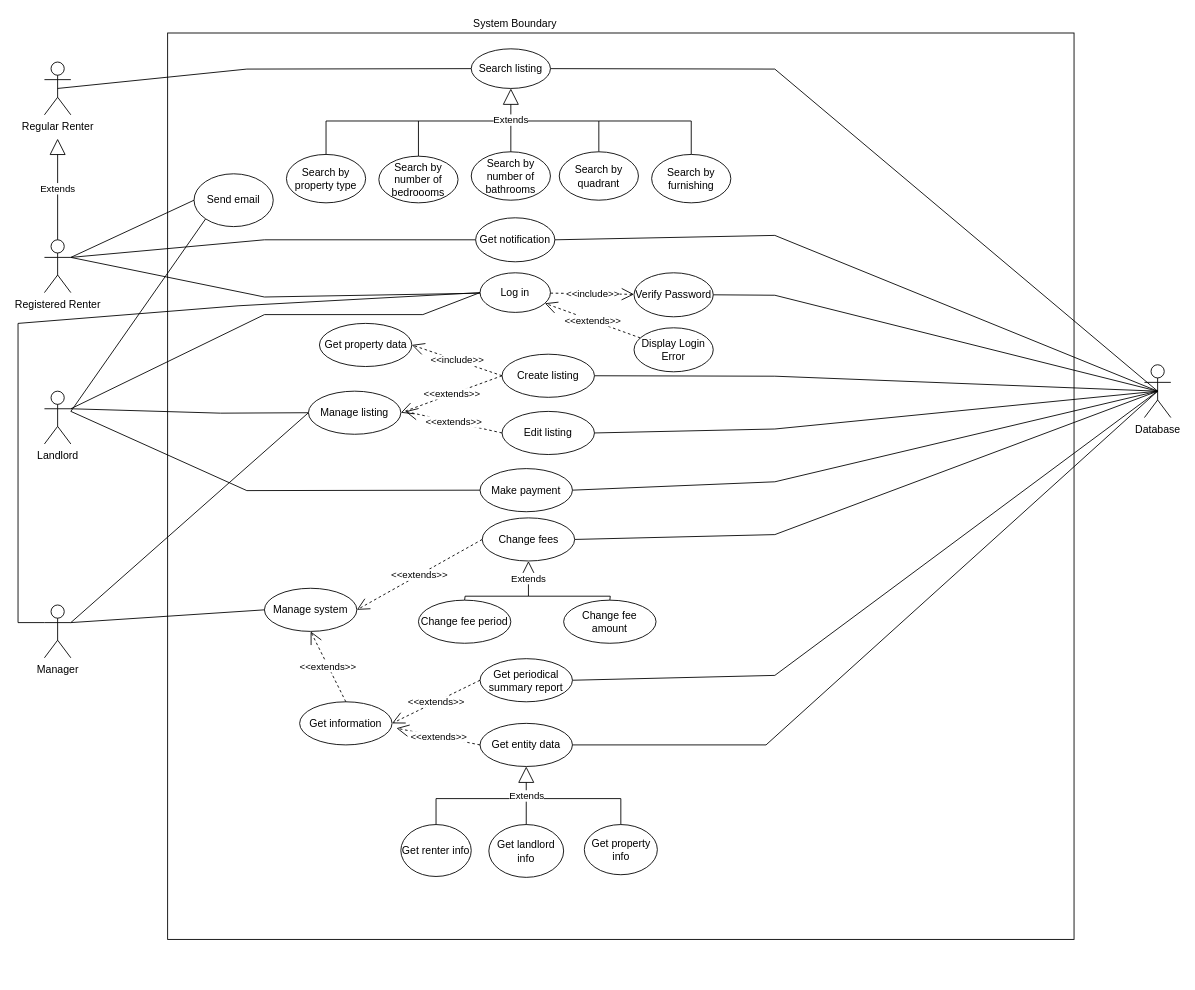
Earlier version of the draw.io diagram ENSF480FinalProjectUseCaseDiagram.drawio (ryan-holt/ENSF480FinalProject). Source tidied: cells renumbered, new cells numbered last; positions are measured from the earlier drawing's top-left corner, leaving out a move shared by most shapes. Both pictures are drawn from the tidied source at 88%, with x=0, y=0 at pixel (18, 15).
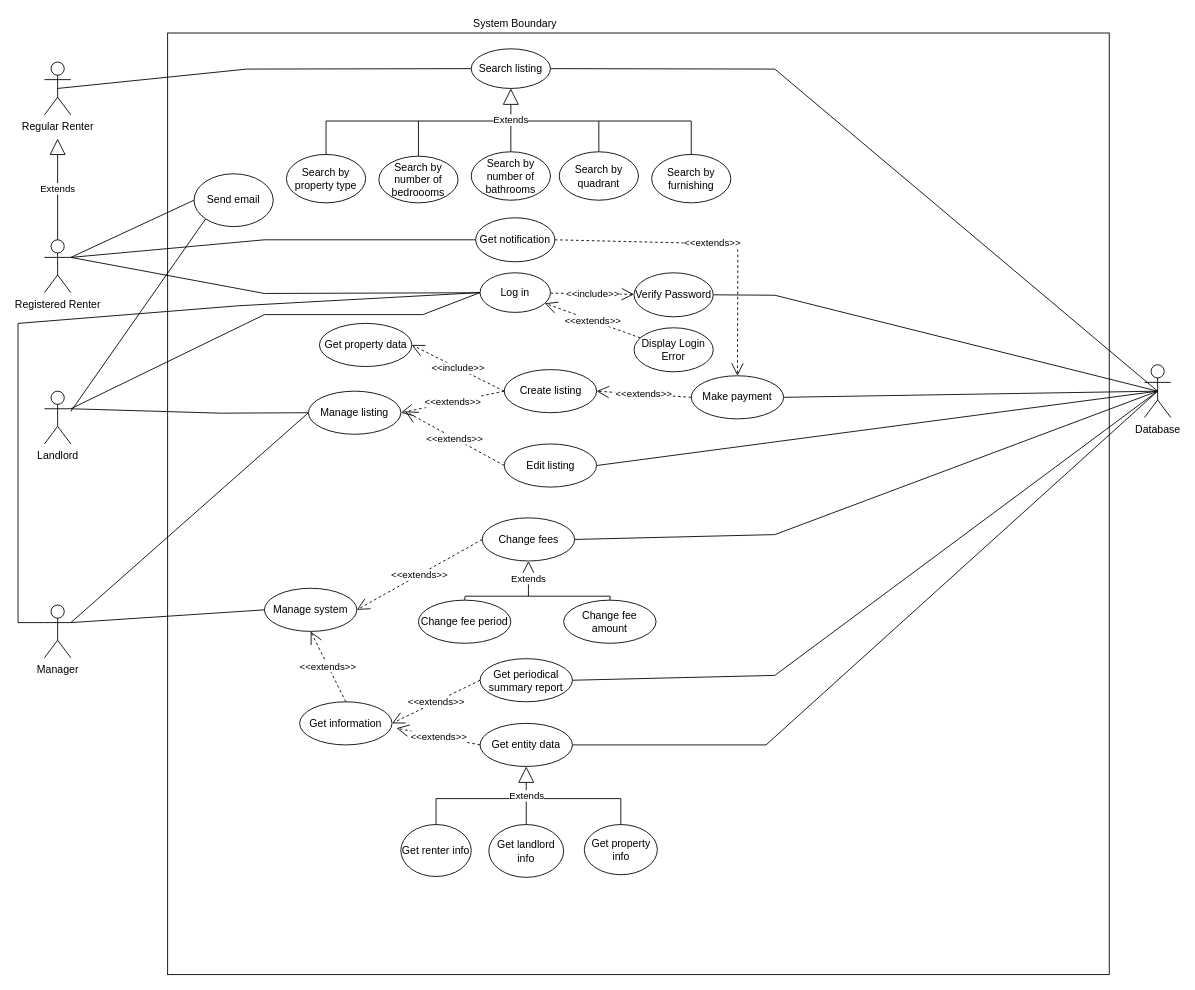
The same diagram, later.

Commit message:
email notification change

The change refers to these unchanged cells:
```xml
<mxCell id="8" value="Registered Renter&lt;br&gt;" style="shape=umlActor;verticalLabelPosition=bottom;labelBackgroundColor=#ffffff;verticalAlign=top;html=1;outlineConnect=0;" parent="1" vertex="1">
  <mxGeometry x="30" y="255" width="30" height="60" as="geometry" />
</mxCell>
<mxCell id="13" value="Landlord&lt;br&gt;" style="shape=umlActor;verticalLabelPosition=bottom;labelBackgroundColor=#ffffff;verticalAlign=top;html=1;outlineConnect=0;" parent="1" vertex="1">
  <mxGeometry x="30" y="427" width="30" height="60" as="geometry" />
</mxCell>
<mxCell id="18" value="Log in" style="ellipse;whiteSpace=wrap;html=1;" parent="1" vertex="1">
  <mxGeometry x="525" y="292.5" width="80" height="45" as="geometry" />
</mxCell>
<mxCell id="22" value="Database" style="shape=umlActor;verticalLabelPosition=bottom;labelBackgroundColor=#ffffff;verticalAlign=top;html=1;" parent="1" vertex="1">
  <mxGeometry x="1280" y="397" width="30" height="60" as="geometry" />
</mxCell>
<mxCell id="38" value="Get notification" style="ellipse;whiteSpace=wrap;html=1;" parent="1" vertex="1">
  <mxGeometry x="520" y="230" width="90" height="50" as="geometry" />
</mxCell>
```

Change to the diagram source:
```diff
@@
-    <mxCell id="2" style="whiteSpace=wrap;html=1;" parent="1" vertex="1">
-      <mxGeometry x="170" y="20" width="1030" height="1030" as="geometry" />
+    <mxCell id="2" style="whiteSpace=wrap;html=1;imageAspect=0;imageWidth=24;perimeterSpacing=0;" parent="1" vertex="1">
+      <mxGeometry x="170" y="20" width="1070" height="1070" as="geometry" />
     </mxCell>
@@
     <mxCell id="5" style="rounded=0;jettySize=auto;html=1;exitX=1;exitY=0.3333333333333333;exitDx=0;exitDy=0;exitPerimeter=0;endArrow=none;endFill=0;" parent="1" edge="1" source="8" target="18">
       <mxGeometry relative="1" as="geometry">
         <Array as="points">
-          <mxPoint x="280" y="320" />
+          <mxPoint x="280" y="316" />
         </Array>
       </mxGeometry>
     </mxCell>
@@
-    <mxCell id="37" style="edgeStyle=none;rounded=0;jettySize=auto;html=1;exitX=1;exitY=0.5;exitDx=0;exitDy=0;entryX=0.5;entryY=0.5;entryDx=0;entryDy=0;entryPerimeter=0;endArrow=none;endFill=0;" parent="1" edge="1" source="38" target="22">
-      <mxGeometry relative="1" as="geometry">
-        <Array as="points">
-          <mxPoint x="860" y="250" />
-        </Array>
-      </mxGeometry>
-    </mxCell>
@@
-    <mxCell id="40" style="edgeStyle=none;rounded=0;jettySize=auto;html=1;exitX=1;exitY=0.5;exitDx=0;exitDy=0;endArrow=none;endFill=0;entryX=0.5;entryY=0.5;entryDx=0;entryDy=0;entryPerimeter=0;" parent="1" edge="1" source="41" target="22">
-      <mxGeometry relative="1" as="geometry">
-        <Array as="points">
-          <mxPoint x="860" y="410" />
-        </Array>
-      </mxGeometry>
-    </mxCell>
     <mxCell id="41" value="Create listing" style="ellipse;whiteSpace=wrap;html=1;" parent="1" vertex="1">
-      <mxGeometry x="550" y="385" width="105" height="49" as="geometry" />
+      <mxGeometry x="552.5" y="402.5" width="105" height="49" as="geometry" />
     </mxCell>
     <mxCell id="42" style="edgeStyle=none;rounded=0;jettySize=auto;html=1;exitX=1;exitY=0.5;exitDx=0;exitDy=0;entryX=0.5;entryY=0.5;entryDx=0;entryDy=0;entryPerimeter=0;endArrow=none;endFill=0;" parent="1" edge="1" source="43" target="22">
-      <mxGeometry relative="1" as="geometry">
-        <Array as="points">
-          <mxPoint x="860" y="470" />
-        </Array>
-      </mxGeometry>
+      <mxGeometry relative="1" as="geometry" />
     </mxCell>
     <mxCell id="43" value="Edit listing" style="ellipse;whiteSpace=wrap;html=1;" parent="1" vertex="1">
-      <mxGeometry x="550" y="450" width="105" height="49" as="geometry" />
+      <mxGeometry x="552.5" y="487" width="105" height="49" as="geometry" />
     </mxCell>
@@
-    <mxCell id="46" style="edgeStyle=none;rounded=0;jettySize=auto;html=1;exitX=1;exitY=0.5;exitDx=0;exitDy=0;entryX=0.5;entryY=0.5;entryDx=0;entryDy=0;entryPerimeter=0;endArrow=none;endFill=0;" parent="1" edge="1" source="48" target="22">
-      <mxGeometry relative="1" as="geometry">
-        <Array as="points">
-          <mxPoint x="860" y="530" />
-        </Array>
-      </mxGeometry>
-    </mxCell>
-    <mxCell id="47" style="edgeStyle=none;rounded=0;jettySize=auto;html=1;exitX=0;exitY=0.5;exitDx=0;exitDy=0;endArrow=none;endFill=0;entryX=1;entryY=0.383;entryDx=0;entryDy=0;entryPerimeter=0;" parent="1" edge="1" source="48" target="13">
-      <mxGeometry relative="1" as="geometry">
-        <Array as="points">
-          <mxPoint x="260" y="540" />
-        </Array>
-      </mxGeometry>
-    </mxCell>
-    <mxCell id="48" value="Make payment" style="ellipse;whiteSpace=wrap;html=1;" parent="1" vertex="1">
-      <mxGeometry x="525" y="515" width="105" height="49" as="geometry" />
-    </mxCell>
@@
+    <mxCell id="46" style="edgeStyle=none;rounded=0;jettySize=auto;html=1;exitX=1;exitY=0.5;exitDx=0;exitDy=0;entryX=0.5;entryY=0.5;entryDx=0;entryDy=0;entryPerimeter=0;endArrow=none;endFill=0;" parent="1" edge="1" source="48" target="22">
+      <mxGeometry relative="1" as="geometry" />
+    </mxCell>
+    <mxCell id="48" value="Make payment" style="ellipse;whiteSpace=wrap;html=1;" parent="1" vertex="1">
+      <mxGeometry x="765" y="409.5" width="105" height="49" as="geometry" />
+    </mxCell>
+    <mxCell id="76" value="&amp;lt;&amp;lt;extends&amp;gt;&amp;gt;" style="endArrow=open;endSize=12;dashed=1;html=1;entryX=1;entryY=0.5;entryDx=0;entryDy=0;exitX=0;exitY=0.5;exitDx=0;exitDy=0;" parent="1" edge="1" source="48" target="41">
+      <mxGeometry relative="1" as="geometry" />
+    </mxCell>
+    <mxCell id="77" value="&amp;lt;&amp;lt;extends&amp;gt;&amp;gt;" style="endArrow=open;endSize=12;dashed=1;html=1;entryX=0.5;entryY=0;entryDx=0;entryDy=0;exitX=1;exitY=0.5;exitDx=0;exitDy=0;" parent="1" edge="1" source="38" target="48">
+      <mxGeometry relative="1" as="geometry">
+        <Array as="points">
+          <mxPoint x="818" y="260" />
+        </Array>
+      </mxGeometry>
+    </mxCell>
```
